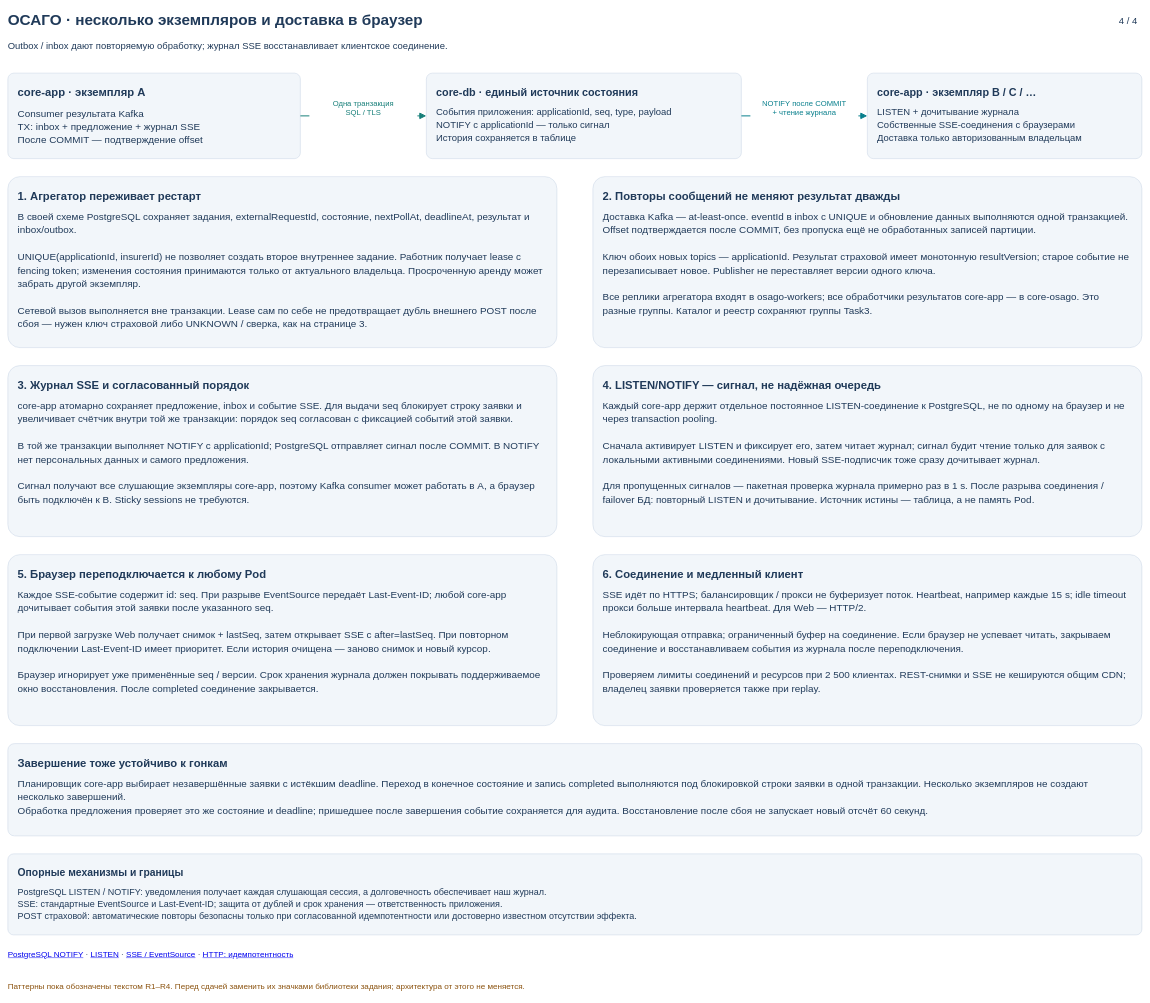
Above: page "4. Экземпляры и доставка в Web" (4 of 4) of Task4/InsureTech_C4_OSAGO_to-be.drawio in metroshka/architecture-insuretech (draw.io), before the change. Source tidied: cells renumbered, new cells numbered last; positions are measured from the earlier drawing's top-left corner, leaving out a move shared by most shapes. Both pictures are drawn from the tidied source at 45%, with x=0, y=0 at pixel (8, 8).
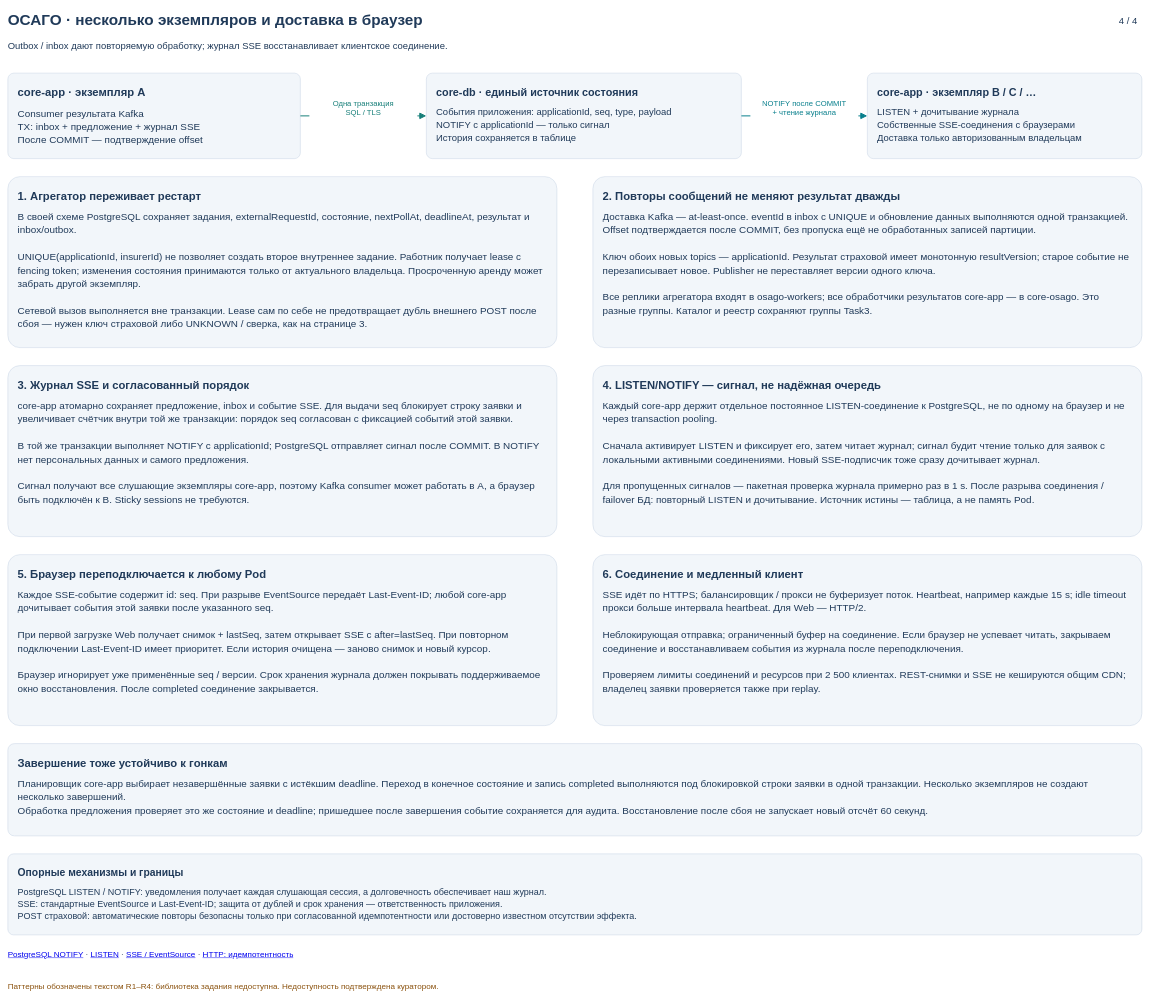
Above is the later version.

Commit message (it also covers changes not shown here):
Task4: обновлено примечание о недоступности библиотеки

What changed in the source:
```diff
@@
-    <mxCell id="21" value="Паттерны пока обозначены текстом R1–R4. Перед сдачей заменить их значками библиотеки задания; архитектура от этого не меняется." style="text;html=1;whiteSpace=wrap;overflow=hidden;align=left;verticalAlign=middle;fontFamily=Arial;fontSize=18;fontColor=#8A510D;fontStyle=0;spacing=0;" parent="1" vertex="1">
+    <mxCell id="21" value="Паттерны обозначены текстом R1–R4: библиотека задания недоступна. Недоступность подтверждена куратором." style="text;html=1;whiteSpace=wrap;overflow=hidden;align=left;verticalAlign=middle;fontFamily=Arial;fontSize=18;fontColor=#8A510D;fontStyle=0;spacing=0;" parent="1" vertex="1">
       <mxGeometry y="2155" width="2520" height="40" as="geometry" />
     </mxCell>
```
